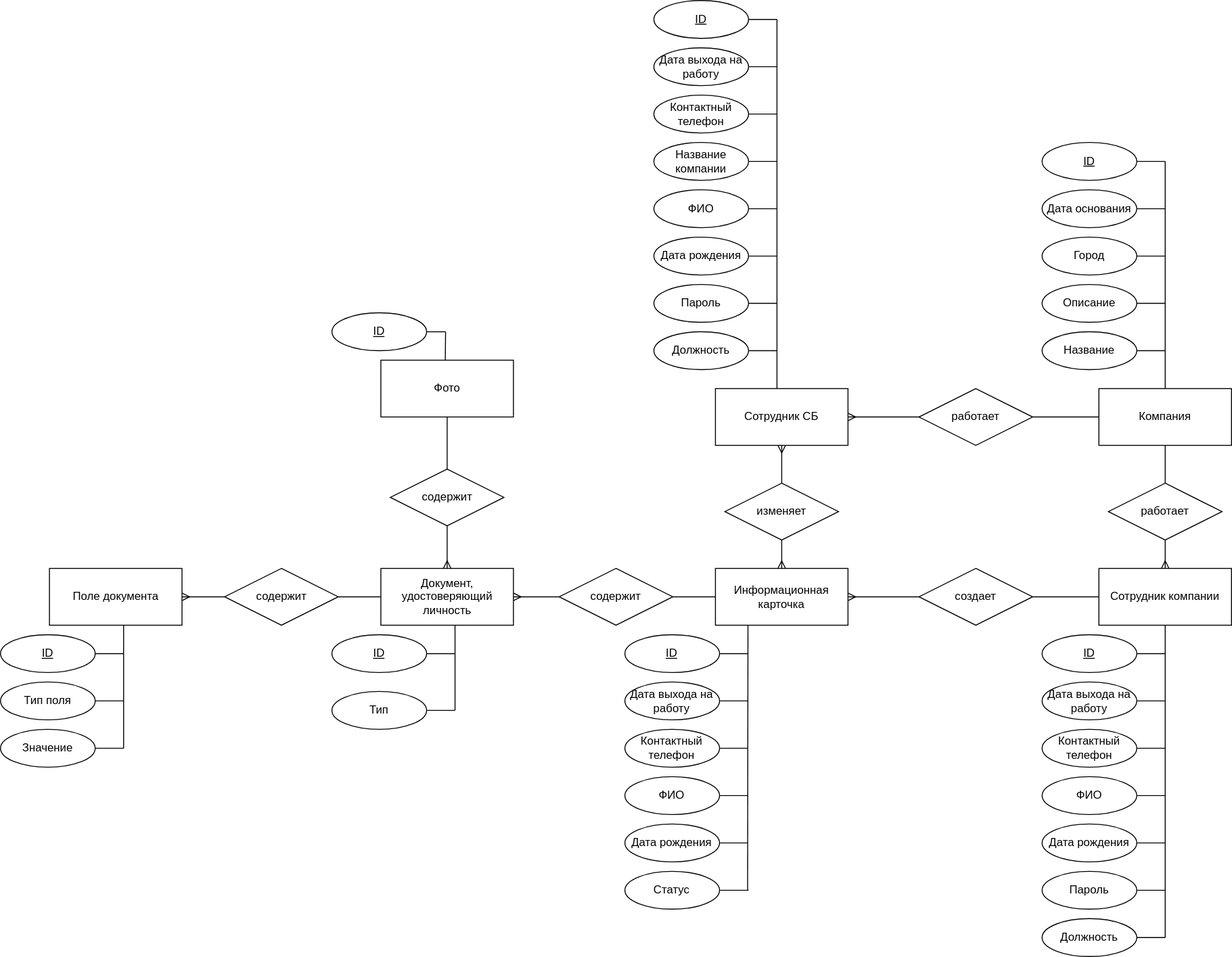
Earlier version of the draw.io export diagrams/ER.svg (pstpn/PPO). Source tidied: cells renumbered, new cells last; positions are measured from the earlier drawing's top-left corner, leaving out a move shared by most shapes.
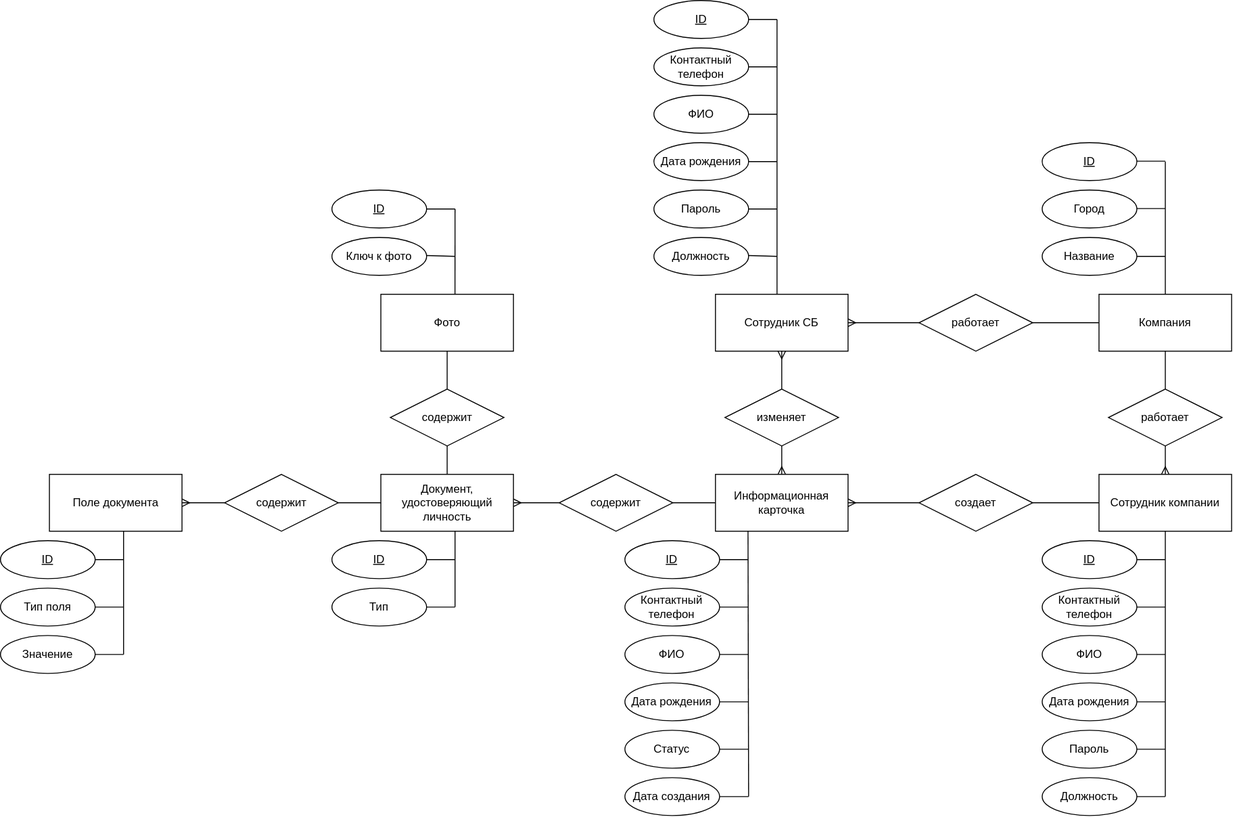
Above is the later version.

Commit message:
adding database ER diagram and fixing ER

Change to the diagram source:
```diff
@@ -9,13 +9,10 @@
       <mxGeometry x="690" y="350" width="100" height="40" as="geometry" />
     </mxCell>
     <mxCell id="4" value="ID" style="ellipse;whiteSpace=wrap;html=1;align=center;fontStyle=4;" parent="1" vertex="1">
-      <mxGeometry x="690" width="100" height="40" as="geometry" />
+      <mxGeometry x="690" y="100" width="100" height="40" as="geometry" />
     </mxCell>
-    <mxCell id="5" value="Дата выхода на работу" style="ellipse;whiteSpace=wrap;html=1;align=center;" parent="1" vertex="1">
-      <mxGeometry x="690" y="50" width="100" height="40" as="geometry" />
-    </mxCell>
     <mxCell id="6" value="Контактный телефон" style="ellipse;whiteSpace=wrap;html=1;align=center;" parent="1" vertex="1">
-      <mxGeometry x="690" y="100" width="100" height="40" as="geometry" />
+      <mxGeometry x="690" y="150" width="100" height="40" as="geometry" />
     </mxCell>
     <mxCell id="7" value="Пароль" style="ellipse;whiteSpace=wrap;html=1;align=center;" parent="1" vertex="1">
       <mxGeometry x="690" y="300" width="100" height="40" as="geometry" />
@@ -38,14 +35,8 @@
       <mxGeometry x="1100" y="350" width="100" height="40" as="geometry" />
     </mxCell>
     <mxCell id="13" value="ID" style="ellipse;whiteSpace=wrap;html=1;align=center;fontStyle=4;" parent="1" vertex="1">
-      <mxGeometry x="1100" y="150" width="100" height="40" as="geometry" />
+      <mxGeometry x="1100" y="250" width="100" height="40" as="geometry" />
     </mxCell>
-    <mxCell id="14" value="Дата основания" style="ellipse;whiteSpace=wrap;html=1;align=center;" parent="1" vertex="1">
-      <mxGeometry x="1100" y="200" width="100" height="40" as="geometry" />
-    </mxCell>
-    <mxCell id="15" value="Описание" style="ellipse;whiteSpace=wrap;html=1;align=center;" parent="1" vertex="1">
-      <mxGeometry x="1100" y="300" width="100" height="40" as="geometry" />
-    </mxCell>
     <mxCell id="16" value="работает" style="shape=rhombus;perimeter=rhombusPerimeter;whiteSpace=wrap;html=1;align=center;" parent="1" vertex="1">
       <mxGeometry x="1170" y="510" width="120" height="60" as="geometry" />
     </mxCell>
@@ -56,11 +47,8 @@
       <mxGeometry x="690" y="250" width="100" height="40" as="geometry" />
     </mxCell>
     <mxCell id="19" value="Город" style="ellipse;whiteSpace=wrap;html=1;align=center;" parent="1" vertex="1">
-      <mxGeometry x="1100" y="250" width="100" height="40" as="geometry" />
+      <mxGeometry x="1100" y="300" width="100" height="40" as="geometry" />
     </mxCell>
-    <mxCell id="20" value="Название компании" style="ellipse;whiteSpace=wrap;html=1;align=center;" parent="1" vertex="1">
-      <mxGeometry x="690" y="150" width="100" height="40" as="geometry" />
-    </mxCell>
     <mxCell id="21" value="Сотрудник компании" style="shape=ext;margin=3;double=0;whiteSpace=wrap;html=1;align=center;" parent="1" vertex="1">
       <mxGeometry x="1160" y="600" width="140" height="60" as="geometry" />
     </mxCell>
@@ -91,26 +79,16 @@
     <mxCell id="30" value="изменяет" style="shape=rhombus;perimeter=rhombusPerimeter;whiteSpace=wrap;html=1;align=center;" parent="1" vertex="1">
       <mxGeometry x="765" y="510" width="120" height="60" as="geometry" />
     </mxCell>
-    <mxCell id="31" style="endArrow=none;html=1;rounded=0;" parent="1" edge="1" source="5">
-      <mxGeometry relative="1" as="geometry">
-        <mxPoint x="820" y="70" as="targetPoint" />
-      </mxGeometry>
-    </mxCell>
     <mxCell id="32" style="endArrow=none;html=1;rounded=0;" parent="1" edge="1" source="4">
       <mxGeometry relative="1" as="geometry">
-        <mxPoint x="820" y="20" as="targetPoint" />
+        <mxPoint x="820" y="120" as="targetPoint" />
       </mxGeometry>
     </mxCell>
     <mxCell id="33" style="endArrow=none;html=1;rounded=0;" parent="1" edge="1" source="6">
       <mxGeometry relative="1" as="geometry">
-        <mxPoint x="820" y="120" as="targetPoint" />
+        <mxPoint x="820" y="170" as="targetPoint" />
       </mxGeometry>
     </mxCell>
-    <mxCell id="34" style="endArrow=none;html=1;rounded=0;" parent="1" edge="1" source="20">
-      <mxGeometry relative="1" as="geometry">
-        <mxPoint x="820" y="170" as="targetPoint" />
-      </mxGeometry>
-    </mxCell>
     <mxCell id="35" style="endArrow=none;html=1;rounded=0;" parent="1" edge="1" source="27">
       <mxGeometry relative="1" as="geometry">
         <mxPoint x="820" y="220" as="targetPoint" />
@@ -133,28 +111,16 @@
     </mxCell>
     <mxCell id="39" style="endArrow=none;html=1;rounded=0;" parent="1" edge="1">
       <mxGeometry relative="1" as="geometry">
-        <mxPoint x="1200" y="170" as="sourcePoint" />
-        <mxPoint x="1230" y="170" as="targetPoint" />
+        <mxPoint x="1200" y="269.6" as="sourcePoint" />
+        <mxPoint x="1230" y="269.6" as="targetPoint" />
       </mxGeometry>
     </mxCell>
-    <mxCell id="40" style="endArrow=none;html=1;rounded=0;" parent="1" edge="1">
-      <mxGeometry relative="1" as="geometry">
-        <mxPoint x="1200" y="220" as="sourcePoint" />
-        <mxPoint x="1230" y="220" as="targetPoint" />
-      </mxGeometry>
-    </mxCell>
     <mxCell id="41" style="endArrow=none;html=1;rounded=0;" parent="1" edge="1">
       <mxGeometry relative="1" as="geometry">
-        <mxPoint x="1200" y="270" as="sourcePoint" />
-        <mxPoint x="1230" y="270" as="targetPoint" />
+        <mxPoint x="1200" y="319.6" as="sourcePoint" />
+        <mxPoint x="1230" y="319.6" as="targetPoint" />
       </mxGeometry>
     </mxCell>
-    <mxCell id="42" style="endArrow=none;html=1;rounded=0;" parent="1" edge="1">
-      <mxGeometry relative="1" as="geometry">
-        <mxPoint x="1200" y="320" as="sourcePoint" />
-        <mxPoint x="1230" y="320" as="targetPoint" />
-      </mxGeometry>
-    </mxCell>
     <mxCell id="43" style="endArrow=none;html=1;rounded=0;" parent="1" edge="1">
       <mxGeometry relative="1" as="geometry">
         <mxPoint x="1200" y="370" as="sourcePoint" />
@@ -163,41 +129,33 @@
     </mxCell>
     <mxCell id="44" style="endArrow=none;html=1;rounded=0;" parent="1" edge="1" source="11">
       <mxGeometry relative="1" as="geometry">
-        <mxPoint x="1230" y="170" as="targetPoint" />
+        <mxPoint x="1230" y="270" as="targetPoint" />
       </mxGeometry>
     </mxCell>
     <mxCell id="45" style="endArrow=none;html=1;rounded=0;" parent="1" edge="1">
       <mxGeometry relative="1" as="geometry">
         <mxPoint x="820" y="410" as="sourcePoint" />
-        <mxPoint x="820" y="20" as="targetPoint" />
+        <mxPoint x="820" y="120" as="targetPoint" />
       </mxGeometry>
     </mxCell>
     <mxCell id="46" value="Должность" style="ellipse;whiteSpace=wrap;html=1;align=center;" parent="1" vertex="1">
-      <mxGeometry x="1100" y="970" width="100" height="40" as="geometry" />
+      <mxGeometry x="1100" y="920" width="100" height="40" as="geometry" />
     </mxCell>
     <mxCell id="47" value="ID" style="ellipse;whiteSpace=wrap;html=1;align=center;fontStyle=4;" parent="1" vertex="1">
       <mxGeometry x="1100" y="670" width="100" height="40" as="geometry" />
     </mxCell>
-    <mxCell id="48" value="Дата выхода на работу" style="ellipse;whiteSpace=wrap;html=1;align=center;" parent="1" vertex="1">
-      <mxGeometry x="1100" y="720" width="100" height="40" as="geometry" />
-    </mxCell>
     <mxCell id="49" value="Контактный телефон" style="ellipse;whiteSpace=wrap;html=1;align=center;" parent="1" vertex="1">
-      <mxGeometry x="1100" y="770" width="100" height="40" as="geometry" />
+      <mxGeometry x="1100" y="720" width="100" height="40" as="geometry" />
     </mxCell>
     <mxCell id="50" value="Пароль" style="ellipse;whiteSpace=wrap;html=1;align=center;" parent="1" vertex="1">
-      <mxGeometry x="1100" y="920" width="100" height="40" as="geometry" />
+      <mxGeometry x="1100" y="870" width="100" height="40" as="geometry" />
     </mxCell>
     <mxCell id="51" value="Дата рождения" style="ellipse;whiteSpace=wrap;html=1;align=center;" parent="1" vertex="1">
-      <mxGeometry x="1100" y="870" width="100" height="40" as="geometry" />
+      <mxGeometry x="1100" y="820" width="100" height="40" as="geometry" />
     </mxCell>
     <mxCell id="52" value="ФИО" style="ellipse;whiteSpace=wrap;html=1;align=center;" parent="1" vertex="1">
-      <mxGeometry x="1100" y="820" width="100" height="40" as="geometry" />
+      <mxGeometry x="1100" y="770" width="100" height="40" as="geometry" />
     </mxCell>
-    <mxCell id="53" style="endArrow=none;html=1;rounded=0;" parent="1" edge="1" source="48">
-      <mxGeometry relative="1" as="geometry">
-        <mxPoint x="1230" y="740" as="targetPoint" />
-      </mxGeometry>
-    </mxCell>
     <mxCell id="54" style="endArrow=none;html=1;rounded=0;" parent="1" edge="1" source="47">
       <mxGeometry relative="1" as="geometry">
         <mxPoint x="1230" y="690" as="targetPoint" />
@@ -205,54 +163,46 @@
     </mxCell>
     <mxCell id="55" style="endArrow=none;html=1;rounded=0;" parent="1" edge="1" source="49">
       <mxGeometry relative="1" as="geometry">
-        <mxPoint x="1230" y="790" as="targetPoint" />
+        <mxPoint x="1230" y="740" as="targetPoint" />
       </mxGeometry>
     </mxCell>
     <mxCell id="56" style="endArrow=none;html=1;rounded=0;" parent="1" edge="1" source="52">
       <mxGeometry relative="1" as="geometry">
-        <mxPoint x="1230" y="840" as="targetPoint" />
+        <mxPoint x="1230" y="790" as="targetPoint" />
       </mxGeometry>
     </mxCell>
     <mxCell id="57" style="endArrow=none;html=1;rounded=0;" parent="1" edge="1" source="51">
       <mxGeometry relative="1" as="geometry">
-        <mxPoint x="1230" y="890" as="targetPoint" />
+        <mxPoint x="1230" y="840" as="targetPoint" />
       </mxGeometry>
     </mxCell>
     <mxCell id="58" style="endArrow=none;html=1;rounded=0;" parent="1" edge="1" source="50">
       <mxGeometry relative="1" as="geometry">
-        <mxPoint x="1230" y="940" as="targetPoint" />
+        <mxPoint x="1230" y="890" as="targetPoint" />
       </mxGeometry>
     </mxCell>
     <mxCell id="59" style="endArrow=none;html=1;rounded=0;" parent="1" edge="1" source="46">
       <mxGeometry relative="1" as="geometry">
-        <mxPoint x="1230" y="990" as="targetPoint" />
+        <mxPoint x="1230" y="940" as="targetPoint" />
       </mxGeometry>
     </mxCell>
     <mxCell id="60" style="endArrow=none;html=1;rounded=0;" parent="1" edge="1" target="21">
       <mxGeometry relative="1" as="geometry">
-        <mxPoint x="1230" y="990" as="sourcePoint" />
+        <mxPoint x="1230" y="940" as="sourcePoint" />
       </mxGeometry>
     </mxCell>
     <mxCell id="61" value="ID" style="ellipse;whiteSpace=wrap;html=1;align=center;fontStyle=4;" parent="1" vertex="1">
       <mxGeometry x="659.4" y="670" width="100" height="40" as="geometry" />
     </mxCell>
-    <mxCell id="62" value="Дата выхода на работу" style="ellipse;whiteSpace=wrap;html=1;align=center;" parent="1" vertex="1">
-      <mxGeometry x="659.4" y="720" width="100" height="40" as="geometry" />
-    </mxCell>
     <mxCell id="63" value="Контактный телефон" style="ellipse;whiteSpace=wrap;html=1;align=center;" parent="1" vertex="1">
-      <mxGeometry x="659.4" y="770" width="100" height="40" as="geometry" />
+      <mxGeometry x="659.4" y="720" width="100" height="40" as="geometry" />
     </mxCell>
     <mxCell id="64" value="Дата рождения" style="ellipse;whiteSpace=wrap;html=1;align=center;" parent="1" vertex="1">
-      <mxGeometry x="659.4" y="870" width="100" height="40" as="geometry" />
+      <mxGeometry x="659.4" y="820" width="100" height="40" as="geometry" />
     </mxCell>
     <mxCell id="65" value="ФИО" style="ellipse;whiteSpace=wrap;html=1;align=center;" parent="1" vertex="1">
-      <mxGeometry x="659.4" y="820" width="100" height="40" as="geometry" />
+      <mxGeometry x="659.4" y="770" width="100" height="40" as="geometry" />
     </mxCell>
-    <mxCell id="66" style="endArrow=none;html=1;rounded=0;" parent="1" edge="1" source="62">
-      <mxGeometry relative="1" as="geometry">
-        <mxPoint x="789.4" y="740" as="targetPoint" />
-      </mxGeometry>
-    </mxCell>
     <mxCell id="67" style="endArrow=none;html=1;rounded=0;" parent="1" edge="1" source="61">
       <mxGeometry relative="1" as="geometry">
         <mxPoint x="789.4" y="690" as="targetPoint" />
@@ -260,22 +210,22 @@
     </mxCell>
     <mxCell id="68" style="endArrow=none;html=1;rounded=0;" parent="1" edge="1" source="63">
       <mxGeometry relative="1" as="geometry">
-        <mxPoint x="789.4" y="790" as="targetPoint" />
+        <mxPoint x="789.4" y="740" as="targetPoint" />
       </mxGeometry>
     </mxCell>
     <mxCell id="69" style="endArrow=none;html=1;rounded=0;" parent="1" edge="1" source="65">
       <mxGeometry relative="1" as="geometry">
-        <mxPoint x="789.4" y="840" as="targetPoint" />
+        <mxPoint x="789.4" y="790" as="targetPoint" />
       </mxGeometry>
     </mxCell>
     <mxCell id="70" style="endArrow=none;html=1;rounded=0;" parent="1" edge="1" source="64">
       <mxGeometry relative="1" as="geometry">
-        <mxPoint x="789.4" y="890" as="targetPoint" />
+        <mxPoint x="789.4" y="840" as="targetPoint" />
       </mxGeometry>
     </mxCell>
     <mxCell id="71" style="endArrow=none;html=1;rounded=0;" parent="1" edge="1">
       <mxGeometry relative="1" as="geometry">
-        <mxPoint x="789" y="940" as="sourcePoint" />
+        <mxPoint x="790" y="940" as="sourcePoint" />
         <mxPoint x="789.4" y="660" as="targetPoint" />
       </mxGeometry>
     </mxCell>
@@ -286,7 +236,7 @@
       <mxGeometry x="350" y="670" width="100" height="40" as="geometry" />
     </mxCell>
     <mxCell id="74" value="Тип" style="ellipse;whiteSpace=wrap;html=1;align=center;" parent="1" vertex="1">
-      <mxGeometry x="350" y="730" width="100" height="40" as="geometry" />
+      <mxGeometry x="350" y="720" width="100" height="40" as="geometry" />
     </mxCell>
     <mxCell id="75" style="endArrow=none;html=1;rounded=0;" parent="1" edge="1" source="73">
       <mxGeometry relative="1" as="geometry">
@@ -295,12 +245,12 @@
     </mxCell>
     <mxCell id="76" style="endArrow=none;html=1;rounded=0;" parent="1" edge="1" source="74">
       <mxGeometry relative="1" as="geometry">
-        <mxPoint x="480" y="750" as="targetPoint" />
+        <mxPoint x="480" y="740" as="targetPoint" />
       </mxGeometry>
     </mxCell>
     <mxCell id="77" style="endArrow=none;html=1;rounded=0;" parent="1" edge="1">
       <mxGeometry relative="1" as="geometry">
-        <mxPoint x="480" y="750" as="sourcePoint" />
+        <mxPoint x="480" y="740" as="sourcePoint" />
         <mxPoint x="480" y="660" as="targetPoint" />
       </mxGeometry>
     </mxCell>
@@ -356,37 +306,53 @@
       </mxGeometry>
     </mxCell>
     <mxCell id="92" value="Статус" style="ellipse;whiteSpace=wrap;html=1;align=center;" parent="1" vertex="1">
-      <mxGeometry x="659.4" y="920" width="100" height="40" as="geometry" />
+      <mxGeometry x="659.4" y="870" width="100" height="40" as="geometry" />
     </mxCell>
     <mxCell id="93" style="endArrow=none;html=1;rounded=0;" parent="1" edge="1" source="92">
       <mxGeometry relative="1" as="geometry">
-        <mxPoint x="790" y="940" as="targetPoint" />
+        <mxPoint x="790" y="890" as="targetPoint" />
       </mxGeometry>
     </mxCell>
     <mxCell id="94" style="fontSize=12;html=1;endArrow=none;rounded=0;endFill=0;" parent="1" edge="1" source="96" target="97">
       <mxGeometry relative="1" as="geometry" />
     </mxCell>
-    <mxCell id="95" style="fontSize=12;html=1;endArrow=ERmany;rounded=0;endFill=0;" parent="1" edge="1" source="96" target="72">
+    <mxCell id="95" style="fontSize=12;html=1;endArrow=none;rounded=0;endFill=0;" parent="1" edge="1" source="96" target="72">
       <mxGeometry relative="1" as="geometry" />
     </mxCell>
     <mxCell id="96" value="содержит" style="shape=rhombus;perimeter=rhombusPerimeter;whiteSpace=wrap;html=1;align=center;" parent="1" vertex="1">
-      <mxGeometry x="411.7" y="495" width="120" height="60" as="geometry" />
+      <mxGeometry x="411.7" y="510" width="120" height="60" as="geometry" />
     </mxCell>
     <mxCell id="97" value="Фото" style="shape=ext;margin=3;double=0;whiteSpace=wrap;html=1;align=center;" parent="1" vertex="1">
-      <mxGeometry x="401.7" y="380" width="140" height="60" as="geometry" />
+      <mxGeometry x="401.7" y="410" width="140" height="60" as="geometry" />
     </mxCell>
+    <mxCell id="101" value="Дата создания" style="ellipse;whiteSpace=wrap;html=1;align=center;" parent="1" vertex="1">
+      <mxGeometry x="659.4" y="920" width="100" height="40" as="geometry" />
+    </mxCell>
+    <mxCell id="102" style="endArrow=none;html=1;rounded=0;" parent="1" edge="1" source="101">
+      <mxGeometry relative="1" as="geometry">
+        <mxPoint x="790" y="940" as="targetPoint" />
+      </mxGeometry>
+    </mxCell>
     <mxCell id="98" value="ID" style="ellipse;whiteSpace=wrap;html=1;align=center;fontStyle=4;" parent="1" vertex="1">
-      <mxGeometry x="350" y="330" width="100" height="40" as="geometry" />
+      <mxGeometry x="350" y="300" width="100" height="40" as="geometry" />
     </mxCell>
-    <mxCell id="99" style="endArrow=none;html=1;rounded=0;" parent="1" edge="1" source="98">
-      <mxGeometry relative="1" as="geometry">
-        <mxPoint x="470" y="350" as="targetPoint" />
-      </mxGeometry>
-    </mxCell>
-    <mxCell id="100" style="endArrow=none;html=1;rounded=0;exitX=0.486;exitY=-0.003;exitDx=0;exitDy=0;exitPerimeter=0;" parent="1" edge="1" source="97">
-      <mxGeometry relative="1" as="geometry">
-        <mxPoint x="470" y="350" as="targetPoint" />
-      </mxGeometry>
-    </mxCell>
+    <mxCell id="103" value="Ключ к фото" style="ellipse;whiteSpace=wrap;html=1;align=center;" parent="1" vertex="1">
+      <mxGeometry x="350" y="350" width="100" height="40" as="geometry" />
+    </mxCell>
+    <mxCell id="104" style="endArrow=none;html=1;rounded=0;" parent="1" edge="1" source="98">
+      <mxGeometry relative="1" as="geometry">
+        <mxPoint x="480" y="320" as="targetPoint" />
+      </mxGeometry>
+    </mxCell>
+    <mxCell id="105" style="endArrow=none;html=1;rounded=0;" parent="1" edge="1" source="103">
+      <mxGeometry relative="1" as="geometry">
+        <mxPoint x="480" y="370" as="targetPoint" />
+      </mxGeometry>
+    </mxCell>
+    <mxCell id="106" style="endArrow=none;html=1;rounded=0;exitX=0.559;exitY=0;exitDx=0;exitDy=0;exitPerimeter=0;" parent="1" edge="1" source="97">
+      <mxGeometry relative="1" as="geometry">
+        <mxPoint x="480" y="320" as="targetPoint" />
+      </mxGeometry>
+    </mxCell>
   </root>
 </mxGraphModel>
```
